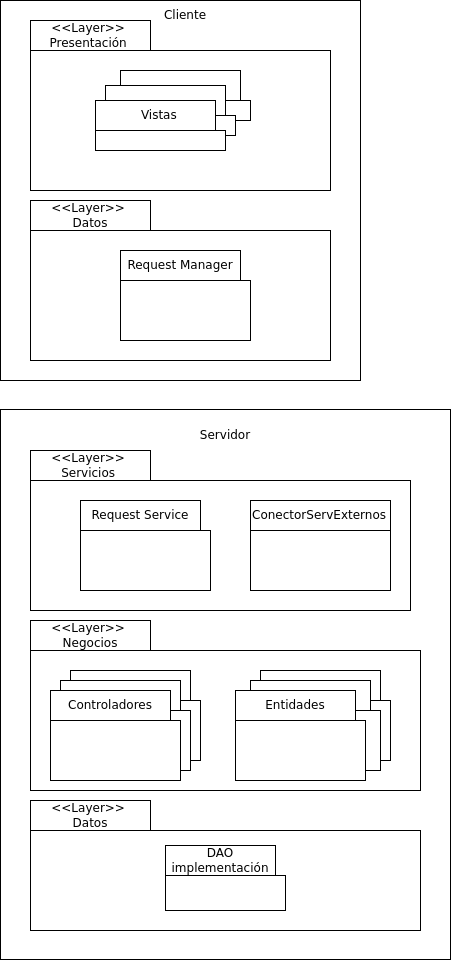
Earlier version of the draw.io export Images/ModulosIniciales.png (magaliboulanger/Barcelo-Boulanger-D). Source tidied: cells renumbered, new cells last; positions are measured from the earlier drawing's top-left corner, leaving out a move shared by most shapes. Its diagram source:
```xml
<mxGraphModel>
  <root>
    <mxCell id="0" />
    <mxCell id="1" parent="0" />
    <mxCell id="2" style="rounded=0;whiteSpace=wrap;html=1;shadow=0;fillColor=none;strokeColor=#000000;" parent="1" vertex="1">
      <mxGeometry width="360" height="380" as="geometry" />
    </mxCell>
    <mxCell id="3" style="rounded=0;whiteSpace=wrap;html=1;shadow=0;fillColor=none;strokeColor=#000000;" parent="1" vertex="1">
      <mxGeometry y="409" width="450" height="550" as="geometry" />
    </mxCell>
    <mxCell id="4" style="html=1;shadow=0;strokeColor=#000000;fillColor=none;" parent="1" vertex="1">
      <mxGeometry x="30" y="50" width="300" height="140" as="geometry" />
    </mxCell>
    <mxCell id="5" value="&lt;span&gt;&amp;lt;&amp;lt;Layer&amp;gt;&amp;gt;&amp;nbsp;&lt;/span&gt;&lt;br&gt;&lt;span&gt;Presentación&amp;nbsp;&lt;/span&gt;" style="rounded=0;whiteSpace=wrap;html=1;shadow=0;strokeColor=#000000;fillColor=none;" parent="1" vertex="1">
      <mxGeometry x="30" y="20" width="120" height="30" as="geometry" />
    </mxCell>
    <mxCell id="6" style="html=1;shadow=0;strokeColor=#000000;fillColor=none;" parent="1" vertex="1">
      <mxGeometry x="30" y="230" width="300" height="130" as="geometry" />
    </mxCell>
    <mxCell id="7" value="&lt;span&gt;&amp;lt;&amp;lt;Layer&amp;gt;&amp;gt;&amp;nbsp;&lt;/span&gt;&lt;br&gt;Datos" style="rounded=0;whiteSpace=wrap;html=1;shadow=0;strokeColor=#000000;fillColor=none;" parent="1" vertex="1">
      <mxGeometry x="30" y="200" width="120" height="30" as="geometry" />
    </mxCell>
    <mxCell id="8" style="html=1;shadow=0;strokeColor=#000000;fillColor=none;" parent="1" vertex="1">
      <mxGeometry x="30" y="480" width="380" height="130" as="geometry" />
    </mxCell>
    <mxCell id="9" value="&lt;span&gt;&amp;lt;&amp;lt;Layer&amp;gt;&amp;gt;&amp;nbsp;&lt;/span&gt;&lt;br&gt;&lt;span&gt;Servicios&amp;nbsp;&lt;/span&gt;" style="rounded=0;whiteSpace=wrap;html=1;shadow=0;strokeColor=#000000;fillColor=none;" parent="1" vertex="1">
      <mxGeometry x="30" y="450" width="120" height="30" as="geometry" />
    </mxCell>
    <mxCell id="10" style="html=1;shadow=0;" parent="1" vertex="1">
      <mxGeometry x="30" y="650" width="390" height="140" as="geometry" />
    </mxCell>
    <mxCell id="11" value="&lt;span&gt;&amp;lt;&amp;lt;Layer&amp;gt;&amp;gt;&amp;nbsp;&lt;/span&gt;&lt;br&gt;Negocios" style="rounded=0;whiteSpace=wrap;html=1;shadow=0;strokeColor=#000000;fillColor=none;" parent="1" vertex="1">
      <mxGeometry x="30" y="620" width="120" height="30" as="geometry" />
    </mxCell>
    <mxCell id="12" style="html=1;shadow=0;strokeColor=#000000;fillColor=none;" parent="1" vertex="1">
      <mxGeometry x="30" y="830" width="390" height="100" as="geometry" />
    </mxCell>
    <mxCell id="13" value="&lt;span&gt;&amp;lt;&amp;lt;Layer&amp;gt;&amp;gt;&amp;nbsp;&lt;/span&gt;&lt;br&gt;Datos" style="rounded=0;whiteSpace=wrap;html=1;shadow=0;strokeColor=#000000;fillColor=none;" parent="1" vertex="1">
      <mxGeometry x="30" y="800" width="120" height="30" as="geometry" />
    </mxCell>
    <mxCell id="14" style="rounded=0;whiteSpace=wrap;html=1;shadow=0;strokeColor=#000000;fillColor=none;" parent="1" vertex="1">
      <mxGeometry x="165" y="875" width="120" height="35" as="geometry" />
    </mxCell>
    <mxCell id="15" value="DAO implementación" style="rounded=0;whiteSpace=wrap;html=1;shadow=0;strokeColor=#000000;fillColor=none;" parent="1" vertex="1">
      <mxGeometry x="165" y="845" width="110" height="30" as="geometry" />
    </mxCell>
    <mxCell id="16" style="rounded=0;whiteSpace=wrap;html=1;shadow=0;strokeColor=#000000;fillColor=none;" parent="1" vertex="1">
      <mxGeometry x="70" y="700" width="130" height="60" as="geometry" />
    </mxCell>
    <mxCell id="17" style="rounded=0;whiteSpace=wrap;html=1;shadow=0;strokeColor=#000000;fillColor=none;" parent="1" vertex="1">
      <mxGeometry x="70" y="670" width="120" height="30" as="geometry" />
    </mxCell>
    <mxCell id="18" style="rounded=0;whiteSpace=wrap;html=1;shadow=0;strokeColor=#000000;fillColor=none;" parent="1" vertex="1">
      <mxGeometry x="260" y="700" width="130" height="60" as="geometry" />
    </mxCell>
    <mxCell id="19" style="rounded=0;whiteSpace=wrap;html=1;shadow=0;strokeColor=#000000;fillColor=none;align=left;" parent="1" vertex="1">
      <mxGeometry x="260" y="670" width="120" height="30" as="geometry" />
    </mxCell>
    <mxCell id="20" style="rounded=0;whiteSpace=wrap;html=1;shadow=0;strokeColor=#000000;fillColor=none;" parent="1" vertex="1">
      <mxGeometry x="80" y="530" width="130" height="60" as="geometry" />
    </mxCell>
    <mxCell id="21" value="Request Service" style="rounded=0;whiteSpace=wrap;html=1;shadow=0;strokeColor=#000000;fillColor=none;align=center;" parent="1" vertex="1">
      <mxGeometry x="80" y="500" width="120" height="30" as="geometry" />
    </mxCell>
    <mxCell id="22" style="rounded=0;whiteSpace=wrap;html=1;shadow=0;strokeColor=#000000;fillColor=none;" parent="1" vertex="1">
      <mxGeometry x="120" y="280" width="130" height="60" as="geometry" />
    </mxCell>
    <mxCell id="23" value="Request Manager" style="rounded=0;whiteSpace=wrap;html=1;shadow=0;strokeColor=#000000;fillColor=none;align=center;" parent="1" vertex="1">
      <mxGeometry x="120" y="250" width="120" height="30" as="geometry" />
    </mxCell>
    <mxCell id="24" value="Cliente" style="text;html=1;strokeColor=none;fillColor=none;align=center;verticalAlign=middle;whiteSpace=wrap;rounded=0;shadow=0;" parent="1" vertex="1">
      <mxGeometry x="155" width="60" height="30" as="geometry" />
    </mxCell>
    <mxCell id="25" style="rounded=0;whiteSpace=wrap;html=1;shadow=0;strokeColor=#000000;fillColor=none;" parent="1" vertex="1">
      <mxGeometry x="120" y="100" width="130" height="20" as="geometry" />
    </mxCell>
    <mxCell id="26" style="rounded=0;whiteSpace=wrap;html=1;shadow=0;strokeColor=#000000;fillColor=none;align=left;" parent="1" vertex="1">
      <mxGeometry x="120" y="70" width="120" height="30" as="geometry" />
    </mxCell>
    <mxCell id="27" style="rounded=0;whiteSpace=wrap;html=1;shadow=0;strokeColor=#000000;fillColor=none;" parent="1" vertex="1">
      <mxGeometry x="250" y="530" width="140" height="60" as="geometry" />
    </mxCell>
    <mxCell id="28" value="ConectorServExternos" style="rounded=0;whiteSpace=wrap;html=1;shadow=0;strokeColor=#000000;fillColor=none;align=left;" parent="1" vertex="1">
      <mxGeometry x="250" y="500" width="140" height="30" as="geometry" />
    </mxCell>
    <mxCell id="29" style="rounded=0;whiteSpace=wrap;html=1;shadow=0;" parent="1" vertex="1">
      <mxGeometry x="60" y="710" width="130" height="60" as="geometry" />
    </mxCell>
    <mxCell id="30" style="rounded=0;whiteSpace=wrap;html=1;shadow=0;" parent="1" vertex="1">
      <mxGeometry x="60" y="680" width="120" height="30" as="geometry" />
    </mxCell>
    <mxCell id="31" style="rounded=0;whiteSpace=wrap;html=1;shadow=0;" parent="1" vertex="1">
      <mxGeometry x="50" y="720" width="130" height="60" as="geometry" />
    </mxCell>
    <mxCell id="32" value="Controladores" style="rounded=0;whiteSpace=wrap;html=1;shadow=0;" parent="1" vertex="1">
      <mxGeometry x="50" y="690" width="120" height="30" as="geometry" />
    </mxCell>
    <mxCell id="33" style="rounded=0;whiteSpace=wrap;html=1;shadow=0;" parent="1" vertex="1">
      <mxGeometry x="105" y="115" width="130" height="20" as="geometry" />
    </mxCell>
    <mxCell id="34" style="rounded=0;whiteSpace=wrap;html=1;shadow=0;align=left;" parent="1" vertex="1">
      <mxGeometry x="105" y="85" width="120" height="30" as="geometry" />
    </mxCell>
    <mxCell id="35" style="rounded=0;whiteSpace=wrap;html=1;shadow=0;" parent="1" vertex="1">
      <mxGeometry x="95" y="130" width="130" height="20" as="geometry" />
    </mxCell>
    <mxCell id="36" value="&amp;nbsp; Vistas" style="rounded=0;whiteSpace=wrap;html=1;shadow=0;align=center;" parent="1" vertex="1">
      <mxGeometry x="95" y="100" width="120" height="30" as="geometry" />
    </mxCell>
    <mxCell id="37" value="Servidor" style="text;html=1;strokeColor=none;fillColor=none;align=center;verticalAlign=middle;whiteSpace=wrap;rounded=0;shadow=0;" parent="1" vertex="1">
      <mxGeometry x="195" y="420" width="60" height="30" as="geometry" />
    </mxCell>
    <mxCell id="38" style="rounded=0;whiteSpace=wrap;html=1;shadow=0;" parent="1" vertex="1">
      <mxGeometry x="250" y="710" width="130" height="60" as="geometry" />
    </mxCell>
    <mxCell id="39" style="rounded=0;whiteSpace=wrap;html=1;shadow=0;align=left;" parent="1" vertex="1">
      <mxGeometry x="250" y="680" width="120" height="30" as="geometry" />
    </mxCell>
    <mxCell id="40" style="rounded=0;whiteSpace=wrap;html=1;shadow=0;" parent="1" vertex="1">
      <mxGeometry x="235" y="720" width="130" height="60" as="geometry" />
    </mxCell>
    <mxCell id="41" value="Entidades" style="rounded=0;whiteSpace=wrap;html=1;shadow=0;align=center;" parent="1" vertex="1">
      <mxGeometry x="235" y="690" width="120" height="30" as="geometry" />
    </mxCell>
  </root>
</mxGraphModel>
```
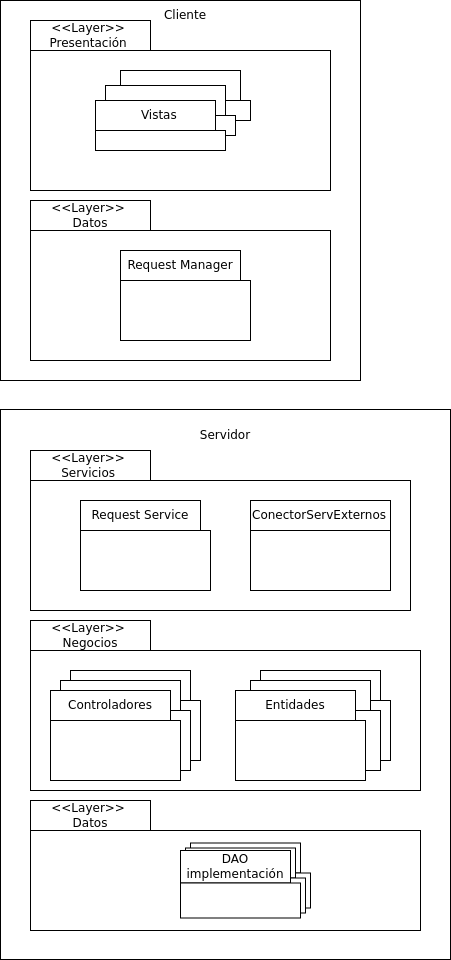
After the commit.

Commit message:
Nuevo diagrama it2 modulos iniciales.

The edit, as a diff of the source:
```diff
@@ -2,12 +2,15 @@
   <root>
     <mxCell id="0" />
     <mxCell id="1" parent="0" />
+    <mxCell id="3" style="rounded=0;whiteSpace=wrap;html=1;shadow=0;fillColor=none;strokeColor=#000000;" parent="1" vertex="1">
+      <mxGeometry y="409" width="450" height="550" as="geometry" />
+    </mxCell>
+    <mxCell id="12" style="html=1;shadow=0;" parent="1" vertex="1">
+      <mxGeometry x="30" y="830" width="390" height="100" as="geometry" />
+    </mxCell>
     <mxCell id="2" style="rounded=0;whiteSpace=wrap;html=1;shadow=0;fillColor=none;strokeColor=#000000;" parent="1" vertex="1">
       <mxGeometry width="360" height="380" as="geometry" />
     </mxCell>
-    <mxCell id="3" style="rounded=0;whiteSpace=wrap;html=1;shadow=0;fillColor=none;strokeColor=#000000;" parent="1" vertex="1">
-      <mxGeometry y="409" width="450" height="550" as="geometry" />
-    </mxCell>
     <mxCell id="4" style="html=1;shadow=0;strokeColor=#000000;fillColor=none;" parent="1" vertex="1">
       <mxGeometry x="30" y="50" width="300" height="140" as="geometry" />
     </mxCell>
@@ -32,18 +35,9 @@
     <mxCell id="11" value="&lt;span&gt;&amp;lt;&amp;lt;Layer&amp;gt;&amp;gt;&amp;nbsp;&lt;/span&gt;&lt;br&gt;Negocios" style="rounded=0;whiteSpace=wrap;html=1;shadow=0;strokeColor=#000000;fillColor=none;" parent="1" vertex="1">
       <mxGeometry x="30" y="620" width="120" height="30" as="geometry" />
     </mxCell>
-    <mxCell id="12" style="html=1;shadow=0;strokeColor=#000000;fillColor=none;" parent="1" vertex="1">
-      <mxGeometry x="30" y="830" width="390" height="100" as="geometry" />
-    </mxCell>
     <mxCell id="13" value="&lt;span&gt;&amp;lt;&amp;lt;Layer&amp;gt;&amp;gt;&amp;nbsp;&lt;/span&gt;&lt;br&gt;Datos" style="rounded=0;whiteSpace=wrap;html=1;shadow=0;strokeColor=#000000;fillColor=none;" parent="1" vertex="1">
       <mxGeometry x="30" y="800" width="120" height="30" as="geometry" />
     </mxCell>
-    <mxCell id="14" style="rounded=0;whiteSpace=wrap;html=1;shadow=0;strokeColor=#000000;fillColor=none;" parent="1" vertex="1">
-      <mxGeometry x="165" y="875" width="120" height="35" as="geometry" />
-    </mxCell>
-    <mxCell id="15" value="DAO implementación" style="rounded=0;whiteSpace=wrap;html=1;shadow=0;strokeColor=#000000;fillColor=none;" parent="1" vertex="1">
-      <mxGeometry x="165" y="845" width="110" height="30" as="geometry" />
-    </mxCell>
     <mxCell id="16" style="rounded=0;whiteSpace=wrap;html=1;shadow=0;strokeColor=#000000;fillColor=none;" parent="1" vertex="1">
       <mxGeometry x="70" y="700" width="130" height="60" as="geometry" />
     </mxCell>
@@ -122,5 +116,23 @@
     <mxCell id="41" value="Entidades" style="rounded=0;whiteSpace=wrap;html=1;shadow=0;align=center;" parent="1" vertex="1">
       <mxGeometry x="235" y="690" width="120" height="30" as="geometry" />
     </mxCell>
+    <mxCell id="42" style="rounded=0;whiteSpace=wrap;html=1;shadow=0;" parent="1" vertex="1">
+      <mxGeometry x="190" y="842.5" width="110" height="30" as="geometry" />
+    </mxCell>
+    <mxCell id="43" style="rounded=0;whiteSpace=wrap;html=1;shadow=0;" parent="1" vertex="1">
+      <mxGeometry x="190" y="872.5" width="120" height="35" as="geometry" />
+    </mxCell>
+    <mxCell id="44" style="rounded=0;whiteSpace=wrap;html=1;shadow=0;" parent="1" vertex="1">
+      <mxGeometry x="185" y="847.5" width="110" height="30" as="geometry" />
+    </mxCell>
+    <mxCell id="45" style="rounded=0;whiteSpace=wrap;html=1;shadow=0;" parent="1" vertex="1">
+      <mxGeometry x="185" y="877.5" width="120" height="35" as="geometry" />
+    </mxCell>
+    <mxCell id="15" value="DAO implementación" style="rounded=0;whiteSpace=wrap;html=1;shadow=0;" parent="1" vertex="1">
+      <mxGeometry x="180" y="850" width="110" height="32.5" as="geometry" />
+    </mxCell>
+    <mxCell id="46" style="rounded=0;whiteSpace=wrap;html=1;shadow=0;" parent="1" vertex="1">
+      <mxGeometry x="180" y="882.5" width="120" height="35" as="geometry" />
+    </mxCell>
   </root>
 </mxGraphModel>
```
